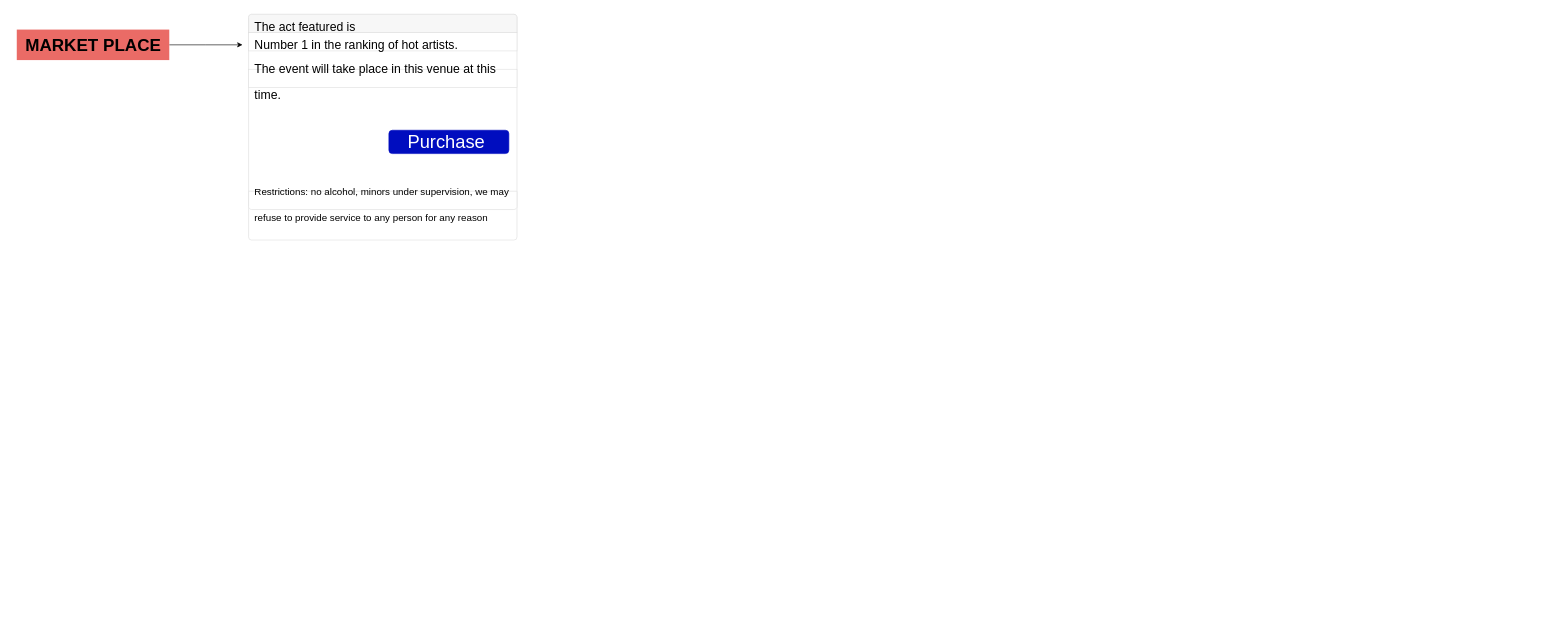
Before: page "front-end users" (3 of 3) of Smart Contracts Overview MVP.drawio in LOMPLAY-SAS/DOCS, a draw.io diagram. Source tidied: cells renumbered, new cells numbered last; positions are measured from the earlier drawing's top-left corner, leaving out a move shared by most shapes. Both pictures are drawn from the tidied source at 61%, with x=0, y=0 at pixel (16, 14).
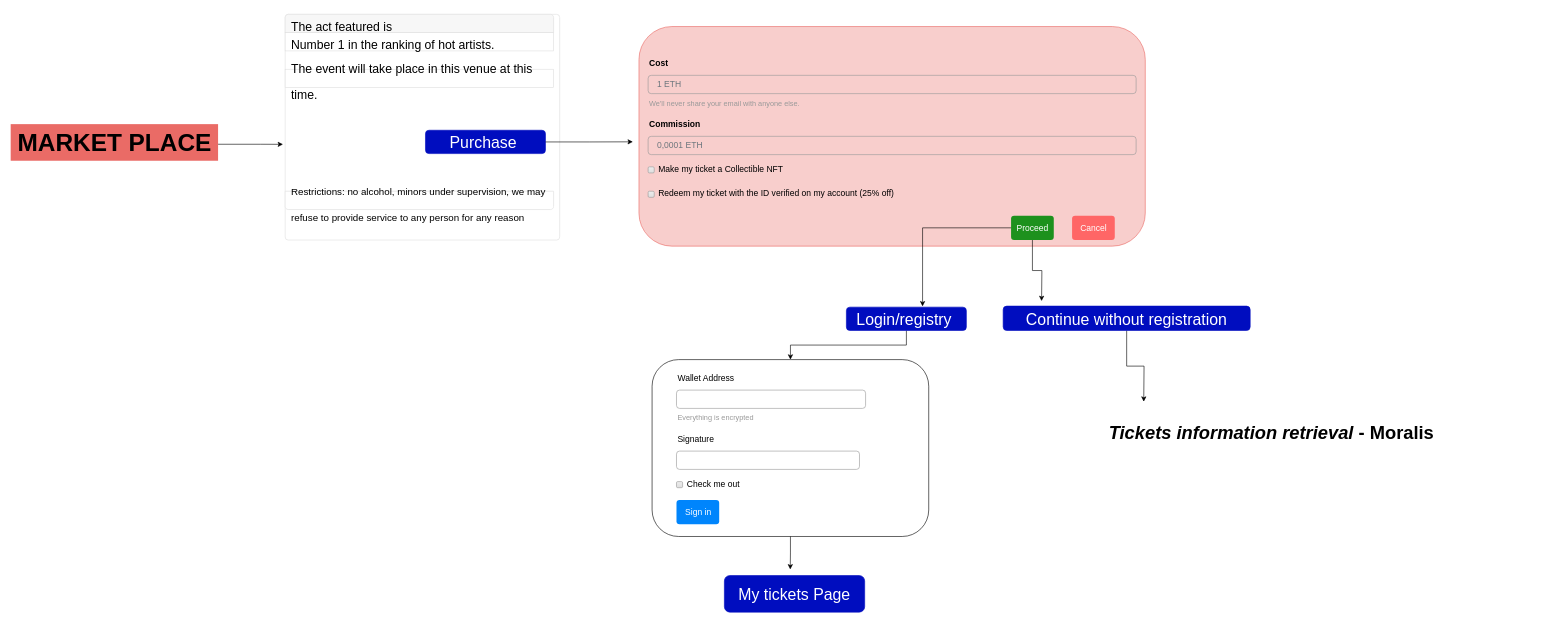
The same diagram, later.

What changed in the source:
```diff
@@
-    <mxCell id="2" style="edgeStyle=orthogonalEdgeStyle;rounded=0;jettySize=auto;html=1;fontSize=20;" parent="1" edge="1" source="3">
+    <mxCell id="2" style="edgeStyle=orthogonalEdgeStyle;rounded=0;jettySize=auto;html=1;fontSize=20;entryX=-0.008;entryY=0.576;entryDx=0;entryDy=0;entryPerimeter=0;" parent="1" edge="1" source="3" target="5">
       <mxGeometry relative="1" as="geometry">
-        <mxPoint x="370" y="50" as="targetPoint" />
+        <Array as="points">
+          <mxPoint x="400" y="213" />
+          <mxPoint x="400" y="213" />
+        </Array>
       </mxGeometry>
     </mxCell>
-    <mxCell id="3" value="&lt;span style=&quot;font-size: 28px;&quot;&gt;MARKET PLACE&lt;/span&gt;" style="text;html=1;align=center;verticalAlign=middle;points=[];strokeColor=none;fillColor=#EA6B66;fontStyle=1;fontSize=28;" parent="1" vertex="1">
-      <mxGeometry y="25" width="250" height="50" as="geometry" />
+    <mxCell id="3" value="&lt;span style=&quot;font-size: 40px;&quot;&gt;MARKET PLACE&lt;/span&gt;" style="text;html=1;align=center;verticalAlign=middle;points=[];strokeColor=none;fillColor=#EA6B66;fontStyle=1;fontSize=40;" parent="1" vertex="1">
+      <mxGeometry x="-10" y="180" width="340" height="60" as="geometry" />
     </mxCell>
@@
     <mxCell id="5" style="html=1;shadow=0;dashed=0;shape=mxgraph.bootstrap.rrect;rSize=5;strokeColor=#DFDFDF;html=1;whiteSpace=wrap;fillColor=#FFFFFF;fontColor=#000000;fontSize=20;" parent="1" vertex="1">
-      <mxGeometry x="380" width="440" height="370" as="geometry" />
+      <mxGeometry x="440" width="450" height="370" as="geometry" />
     </mxCell>
@@
-    <mxCell id="10" value="&lt;font color=&quot;#ffffff&quot;&gt;Purchase&amp;nbsp;&lt;/font&gt;" style="rounded=1;whiteSpace=wrap;html=1;fontSize=30;fillColor=#000DBF;strokeColor=#000DBF;" parent="5" vertex="1">
+    <mxCell id="10" value="&lt;font style=&quot;font-size: 26px;&quot; color=&quot;#ffffff&quot;&gt;Purchase&amp;nbsp;&lt;/font&gt;" style="rounded=1;whiteSpace=wrap;html=1;fontSize=30;fillColor=#000DBF;strokeColor=#000DBF;" parent="5" vertex="1">
       <mxGeometry x="230" y="190" width="196.7" height="38.3" as="geometry" />
     </mxCell>
+    <mxCell id="11" style="group;" parent="1" vertex="1">
+      <mxGeometry x="1020" y="20" width="830" height="360" as="geometry" />
+    </mxCell>
+    <mxCell id="12" style="rounded=1;whiteSpace=wrap;html=1;fontSize=35;fontColor=#000000;strokeColor=#EA6B66;fillColor=#F8CECC;" parent="11" vertex="1">
+      <mxGeometry width="830" height="360" as="geometry" />
+    </mxCell>
+    <mxCell id="13" value="Cost" style="fillColor=none;strokeColor=none;align=left;fontSize=14;fontColor=#000000;fontStyle=1;" parent="11" vertex="1">
+      <mxGeometry width="260" height="40" relative="1" as="geometry">
+        <mxPoint x="15" y="40" as="offset" />
+      </mxGeometry>
+    </mxCell>
+    <mxCell id="14" value="1 ETH" style="html=1;shadow=0;dashed=0;shape=mxgraph.bootstrap.rrect;rSize=5;fillColor=none;strokeColor=#999999;align=left;spacing=15;fontSize=14;fontColor=#6C767D;" parent="11" vertex="1">
+      <mxGeometry width="800" height="30" relative="1" as="geometry">
+        <mxPoint x="15" y="80" as="offset" />
+      </mxGeometry>
+    </mxCell>
+    <mxCell id="15" value="We'll never share your email with anyone else." style="fillColor=none;strokeColor=none;align=left;spacing=2;fontSize=12;fontColor=#999999;" parent="11" vertex="1">
+      <mxGeometry width="260" height="30" relative="1" as="geometry">
+        <mxPoint x="15" y="110" as="offset" />
+      </mxGeometry>
+    </mxCell>
+    <mxCell id="16" value="Commission" style="fillColor=none;strokeColor=none;align=left;fontSize=14;fontColor=#000000;fontStyle=1;" parent="11" vertex="1">
+      <mxGeometry width="260" height="40" relative="1" as="geometry">
+        <mxPoint x="15" y="140" as="offset" />
+      </mxGeometry>
+    </mxCell>
+    <mxCell id="17" value="0,0001 ETH" style="html=1;shadow=0;dashed=0;shape=mxgraph.bootstrap.rrect;rSize=5;fillColor=none;strokeColor=#999999;align=left;spacing=15;fontSize=14;fontColor=#6C767D;" parent="11" vertex="1">
+      <mxGeometry width="800" height="30" relative="1" as="geometry">
+        <mxPoint x="15" y="180" as="offset" />
+      </mxGeometry>
+    </mxCell>
+    <mxCell id="18" value="Make my ticket a Collectible NFT" style="html=1;shadow=0;dashed=0;shape=mxgraph.bootstrap.rrect;rSize=2;fillColor=#EDEDED;strokeColor=#999999;align=left;fontSize=14;fontColor=#000000;labelPosition=right;verticalLabelPosition=middle;verticalAlign=middle;spacingLeft=5;spacingTop=-2;gradientColor=#DEDEDE;" parent="11" vertex="1">
+      <mxGeometry width="10" height="10" relative="1" as="geometry">
+        <mxPoint x="15" y="230" as="offset" />
+      </mxGeometry>
+    </mxCell>
+    <mxCell id="19" value="Proceed" style="html=1;shadow=0;dashed=0;shape=mxgraph.bootstrap.rrect;rSize=5;fillColor=#1D911D;strokeColor=none;align=center;fontSize=14;fontColor=#FFFFFF;" parent="11" vertex="1">
+      <mxGeometry x="610" y="310" width="70" height="40" as="geometry" />
+    </mxCell>
+    <mxCell id="20" value="Redeem my ticket with the ID verified on my account (25% off)" style="html=1;shadow=0;dashed=0;shape=mxgraph.bootstrap.rrect;rSize=2;fillColor=#EDEDED;strokeColor=#999999;align=left;fontSize=14;fontColor=#000000;labelPosition=right;verticalLabelPosition=middle;verticalAlign=middle;spacingLeft=5;spacingTop=-2;gradientColor=#DEDEDE;" parent="11" vertex="1">
+      <mxGeometry x="15" y="270" width="10" height="10" as="geometry" />
+    </mxCell>
+    <mxCell id="21" value="Cancel" style="html=1;shadow=0;dashed=0;shape=mxgraph.bootstrap.rrect;rSize=5;fillColor=#FF6666;strokeColor=none;align=center;fontSize=14;fontColor=#FFFFFF;" parent="11" vertex="1">
+      <mxGeometry x="710" y="310" width="70" height="40" as="geometry" />
+    </mxCell>
+    <mxCell id="22" style="edgeStyle=orthogonalEdgeStyle;rounded=0;jettySize=auto;html=1;fontSize=16;" parent="1" edge="1" source="10">
+      <mxGeometry relative="1" as="geometry">
+        <mxPoint x="1010" y="209" as="targetPoint" />
+      </mxGeometry>
+    </mxCell>
+    <mxCell id="23" style="shape=waypoint;sketch=0;size=6;fillColor=#FF6666;perimeter=centerPerimeter;fontSize=14;strokeColor=none;fontColor=#FFFFFF;shadow=0;dashed=0;" parent="1" vertex="1">
+      <mxGeometry x="1645" y="440" width="40" height="40" as="geometry" />
+    </mxCell>
+    <mxCell id="24" style="edgeStyle=orthogonalEdgeStyle;rounded=0;jettySize=auto;html=1;fontSize=16;entryX=0.635;entryY=-0.034;entryDx=0;entryDy=0;entryPerimeter=0;" parent="1" edge="1" source="19" target="26">
+      <mxGeometry relative="1" as="geometry" />
+    </mxCell>
+    <mxCell id="25" style="edgeStyle=orthogonalEdgeStyle;rounded=0;jettySize=auto;html=1;fontSize=16;" parent="1" edge="1" source="26" target="32">
+      <mxGeometry relative="1" as="geometry" />
+    </mxCell>
+    <mxCell id="26" value="&lt;font style=&quot;font-size: 26px;&quot; color=&quot;#ffffff&quot;&gt;Login/registry&amp;nbsp;&lt;/font&gt;" style="rounded=1;whiteSpace=wrap;html=1;fontSize=30;fillColor=#000DBF;strokeColor=#000DBF;" parent="1" vertex="1">
+      <mxGeometry x="1360" y="480" width="196.7" height="38.3" as="geometry" />
+    </mxCell>
+    <mxCell id="27" style="edgeStyle=orthogonalEdgeStyle;rounded=0;jettySize=auto;html=1;fontSize=16;" parent="1" edge="1" source="19">
+      <mxGeometry relative="1" as="geometry">
+        <mxPoint x="1680" y="470" as="targetPoint" />
+      </mxGeometry>
+    </mxCell>
+    <mxCell id="28" style="edgeStyle=orthogonalEdgeStyle;rounded=0;jettySize=auto;html=1;fontSize=16;" parent="1" edge="1" source="29">
+      <mxGeometry relative="1" as="geometry">
+        <mxPoint x="1847.5" y="635" as="targetPoint" />
+      </mxGeometry>
+    </mxCell>
+    <mxCell id="29" value="&lt;font style=&quot;font-size: 26px;&quot; color=&quot;#ffffff&quot;&gt;Continue without registration&lt;/font&gt;" style="rounded=1;whiteSpace=wrap;html=1;fontSize=30;fillColor=#000DBF;strokeColor=#000DBF;" parent="1" vertex="1">
+      <mxGeometry x="1617" y="478.3" width="405" height="40" as="geometry" />
+    </mxCell>
+    <mxCell id="30" style="group;" parent="1" vertex="1">
+      <mxGeometry x="1035" y="550" width="460" height="306" as="geometry" />
+    </mxCell>
+    <mxCell id="31" style="group;" parent="30" vertex="1">
+      <mxGeometry x="6.5" y="16" width="453.5" height="290" as="geometry" />
+    </mxCell>
+    <mxCell id="32" style="rounded=1;whiteSpace=wrap;html=1;" parent="31" vertex="1">
+      <mxGeometry width="453.5" height="290" as="geometry" />
+    </mxCell>
+    <mxCell id="33" value="Wallet Address" style="fillColor=none;strokeColor=none;align=left;fontSize=14;" parent="31" vertex="1">
+      <mxGeometry width="260" height="40" relative="1" as="geometry">
+        <mxPoint x="40" y="10" as="offset" />
+      </mxGeometry>
+    </mxCell>
+    <mxCell id="34" style="html=1;shadow=0;dashed=0;shape=mxgraph.bootstrap.rrect;rSize=5;fillColor=none;strokeColor=#999999;align=left;spacing=15;fontSize=14;fontColor=#6C767D;" parent="31" vertex="1">
+      <mxGeometry width="310" height="30" relative="1" as="geometry">
+        <mxPoint x="40" y="50" as="offset" />
+      </mxGeometry>
+    </mxCell>
+    <mxCell id="35" value="Everything is encrypted" style="fillColor=none;strokeColor=none;align=left;spacing=2;fontSize=12;fontColor=#999999;" parent="31" vertex="1">
+      <mxGeometry width="260" height="30" relative="1" as="geometry">
+        <mxPoint x="40" y="80" as="offset" />
+      </mxGeometry>
+    </mxCell>
+    <mxCell id="36" value="Signature" style="fillColor=none;strokeColor=none;align=left;fontSize=14;" parent="31" vertex="1">
+      <mxGeometry width="260" height="40" relative="1" as="geometry">
+        <mxPoint x="40" y="110" as="offset" />
+      </mxGeometry>
+    </mxCell>
+    <mxCell id="37" style="html=1;shadow=0;dashed=0;shape=mxgraph.bootstrap.rrect;rSize=5;fillColor=none;strokeColor=#999999;align=left;spacing=15;fontSize=14;fontColor=#6C767D;" parent="31" vertex="1">
+      <mxGeometry width="300" height="30" relative="1" as="geometry">
+        <mxPoint x="40" y="150" as="offset" />
+      </mxGeometry>
+    </mxCell>
+    <mxCell id="38" value="Check me out" style="html=1;shadow=0;dashed=0;shape=mxgraph.bootstrap.rrect;rSize=2;fillColor=#EDEDED;strokeColor=#999999;align=left;fontSize=14;fontColor=#000000;labelPosition=right;verticalLabelPosition=middle;verticalAlign=middle;spacingLeft=5;spacingTop=-2;gradientColor=#DEDEDE;" parent="31" vertex="1">
+      <mxGeometry width="10" height="10" relative="1" as="geometry">
+        <mxPoint x="40" y="200" as="offset" />
+      </mxGeometry>
+    </mxCell>
+    <mxCell id="39" value="Sign in" style="html=1;shadow=0;dashed=0;shape=mxgraph.bootstrap.rrect;rSize=5;fillColor=#0085FC;strokeColor=none;align=center;fontSize=14;fontColor=#FFFFFF;" parent="31" vertex="1">
+      <mxGeometry width="70" height="40" relative="1" as="geometry">
+        <mxPoint x="40" y="230" as="offset" />
+      </mxGeometry>
+    </mxCell>
+    <mxCell id="40" style="edgeStyle=orthogonalEdgeStyle;rounded=0;jettySize=auto;html=1;fontSize=16;" parent="1" edge="1" source="32">
+      <mxGeometry relative="1" as="geometry">
+        <mxPoint x="1268" y="910" as="targetPoint" />
+      </mxGeometry>
+    </mxCell>
+    <mxCell id="41" value="&lt;font style=&quot;font-size: 26px;&quot; color=&quot;#ffffff&quot;&gt;My tickets Page&lt;/font&gt;" style="rounded=1;whiteSpace=wrap;html=1;fontSize=30;fillColor=#000DBF;strokeColor=#000DBF;" parent="1" vertex="1">
+      <mxGeometry x="1160" y="920" width="230" height="60" as="geometry" />
+    </mxCell>
+    <mxCell id="42" value="&lt;i&gt;Tickets information retrieval&lt;/i&gt; - Moralis" style="text;html=1;strokeColor=none;fillColor=none;align=center;verticalAlign=middle;whiteSpace=wrap;rounded=0;fontStyle=1;fontSize=30;" parent="1" vertex="1">
+      <mxGeometry x="1617" y="670" width="880" height="30" as="geometry" />
+    </mxCell>
```
